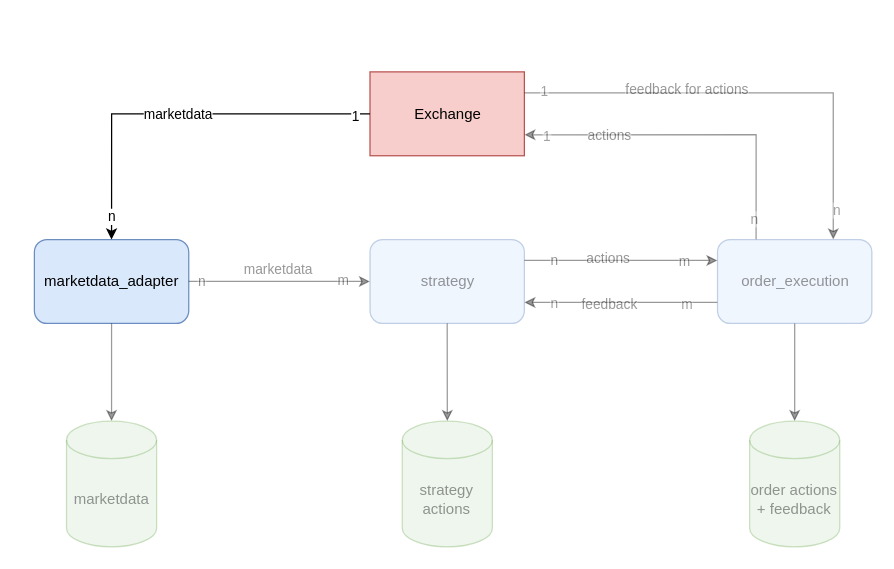
This is doc/presentation/drawio/high_level_architecture_marketdata.drawio from e-geist/ddtp, a draw.io file, before an edit. Source tidied: cells renumbered, new cells numbered last; positions are measured from the earlier drawing's top-left corner, leaving out a move shared by most shapes. Both pictures are drawn from the tidied source at 125%, with x=0, y=0 at pixel (34, 71). Pictures stored in the file or linked from it are replaced by grey dashed boxes.
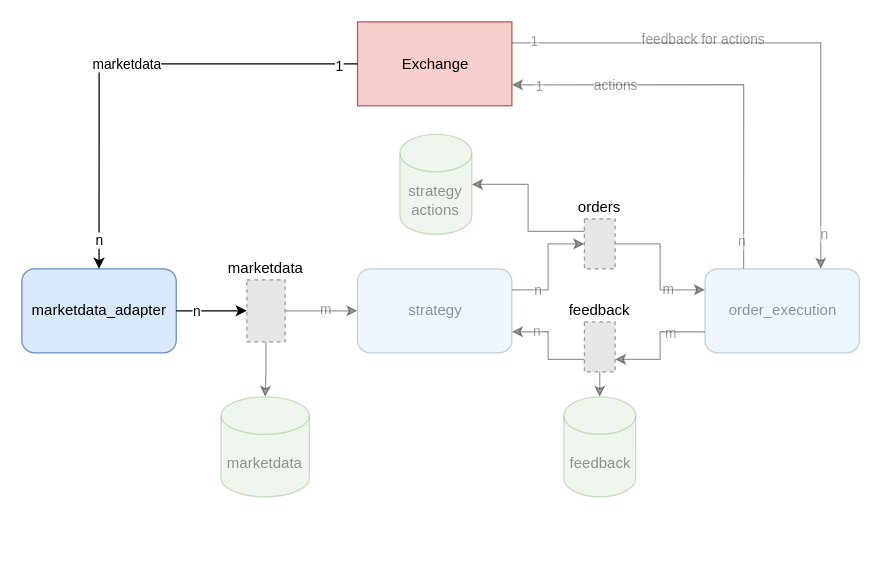
The same diagram, later.

Commit message (it also covers changes not shown here):
presentation: add chapter about writing strategies + change order of chapters

Diff of the diagram source:
```diff
@@
     <mxCell id="2" value="marketdata_adapter" style="rounded=1;whiteSpace=wrap;html=1;fillColor=#dae8fc;strokeColor=#6c8ebf;" parent="1" vertex="1">
-      <mxGeometry y="134.1" width="123.5" height="67.1" as="geometry" />
+      <mxGeometry x="-10" y="157.6" width="123.5" height="67.1" as="geometry" />
     </mxCell>
-    <mxCell id="3" style="edgeStyle=orthogonalEdgeStyle;rounded=0;jettySize=auto;html=1;exitX=1;exitY=0.5;exitDx=0;exitDy=0;entryX=0;entryY=0.5;entryDx=0;entryDy=0;fillOpacity=40;strokeOpacity=40;textOpacity=40;" parent="1" edge="1" source="2" target="12">
+    <mxCell id="3" style="edgeStyle=orthogonalEdgeStyle;rounded=0;jettySize=auto;html=1;exitX=1;exitY=0.5;exitDx=0;exitDy=0;entryX=0;entryY=0.5;entryDx=0;entryDy=0;" parent="1" edge="1" source="2" target="4">
       <mxGeometry relative="1" as="geometry" />
     </mxCell>
-    <mxCell id="4" value="marketdata" style="edgeLabel;html=1;align=center;verticalAlign=middle;points=[];fillOpacity=40;strokeOpacity=40;textOpacity=40;" parent="3" vertex="1">
-      <mxGeometry x="-0.23" y="-1" relative="1" as="geometry">
-        <mxPoint x="15" y="-11" as="offset" />
-      </mxGeometry>
-    </mxCell>
-    <mxCell id="5" value="n" style="edgeLabel;html=1;align=center;verticalAlign=middle;fillOpacity=40;strokeOpacity=40;textOpacity=40;" parent="3" vertex="1">
-      <mxGeometry x="-0.86" relative="1" as="geometry" />
+    <mxCell id="5" value="n" style="edgeLabel;html=1;align=center;verticalAlign=middle;" parent="3" vertex="1">
+      <mxGeometry x="-0.86" relative="1" as="geometry">
+        <mxPoint x="12" as="offset" />
+      </mxGeometry>
     </mxCell>
-    <mxCell id="6" value="m" style="edgeLabel;html=1;align=center;verticalAlign=middle;fillOpacity=40;strokeOpacity=40;textOpacity=40;" parent="3" vertex="1">
-      <mxGeometry x="0.69" y="1" relative="1" as="geometry" />
-    </mxCell>
-    <mxCell id="7" style="edgeStyle=orthogonalEdgeStyle;rounded=0;jettySize=auto;html=1;exitX=0.5;exitY=1;exitDx=0;exitDy=0;entryX=0.5;entryY=0;entryDx=0;entryDy=0;entryPerimeter=0;fillOpacity=40;strokeOpacity=40;textOpacity=40;" parent="1" edge="1" source="2" target="30">
+    <mxCell id="7" style="edgeStyle=orthogonalEdgeStyle;rounded=0;jettySize=auto;html=1;exitX=0.5;exitY=1;exitDx=0;exitDy=0;entryX=0.5;entryY=0;entryDx=0;entryDy=0;entryPerimeter=0;textOpacity=40;fillOpacity=40;strokeOpacity=40;" parent="1" edge="1" source="4" target="30">
       <mxGeometry relative="1" as="geometry" />
     </mxCell>
     <mxCell id="8" value="Exchange" style="rounded=0;whiteSpace=wrap;html=1;fillColor=#f8cecc;strokeColor=#b85450;" parent="1" vertex="1">
-      <mxGeometry x="268.5" width="123.5" height="67.1" as="geometry" />
+      <mxGeometry x="258.5" y="-40" width="123.5" height="67.1" as="geometry" />
     </mxCell>
@@
-    <mxCell id="12" value="strategy" style="rounded=1;whiteSpace=wrap;html=1;fillColor=#dae8fc;strokeColor=#6c8ebf;fillOpacity=40;strokeOpacity=40;textOpacity=40;" parent="1" vertex="1">
-      <mxGeometry x="268.5" y="134.1" width="123.5" height="67.1" as="geometry" />
+    <mxCell id="12" value="strategy" style="rounded=1;whiteSpace=wrap;html=1;fillColor=#dae8fc;strokeColor=#6c8ebf;textOpacity=40;fillOpacity=40;strokeOpacity=40;" parent="1" vertex="1">
+      <mxGeometry x="258.5" y="157.6" width="123.5" height="67.1" as="geometry" />
     </mxCell>
-    <mxCell id="13" style="edgeStyle=orthogonalEdgeStyle;rounded=0;jettySize=auto;html=1;exitX=0.25;exitY=0;exitDx=0;exitDy=0;entryX=1;entryY=0.75;entryDx=0;entryDy=0;startArrow=none;startFill=0;fillOpacity=40;strokeOpacity=40;textOpacity=40;" parent="1" edge="1" source="21" target="8">
+    <mxCell id="13" style="edgeStyle=orthogonalEdgeStyle;rounded=0;jettySize=auto;html=1;exitX=0.25;exitY=0;exitDx=0;exitDy=0;entryX=1;entryY=0.75;entryDx=0;entryDy=0;startArrow=none;startFill=0;textOpacity=40;fillOpacity=40;strokeOpacity=40;" parent="1" edge="1" source="21" target="8">
       <mxGeometry relative="1" as="geometry" />
     </mxCell>
-    <mxCell id="14" value="actions" style="edgeLabel;html=1;align=center;verticalAlign=middle;fillOpacity=40;strokeOpacity=40;textOpacity=40;" parent="13" vertex="1">
+    <mxCell id="14" value="actions" style="edgeLabel;html=1;align=center;verticalAlign=middle;textOpacity=40;fillOpacity=40;strokeOpacity=40;" parent="13" vertex="1">
       <mxGeometry x="0.5" relative="1" as="geometry" />
     </mxCell>
-    <mxCell id="15" value="1" style="edgeLabel;html=1;align=center;verticalAlign=middle;fontColor=#1A1A1A;fillOpacity=40;strokeOpacity=40;textOpacity=40;" parent="13" vertex="1">
+    <mxCell id="15" value="1" style="edgeLabel;html=1;align=center;verticalAlign=middle;fontColor=#1A1A1A;textOpacity=40;fillOpacity=40;strokeOpacity=40;" parent="13" vertex="1">
       <mxGeometry x="0.87" y="1" relative="1" as="geometry" />
     </mxCell>
-    <mxCell id="16" value="n" style="edgeLabel;html=1;align=center;verticalAlign=middle;fontColor=#1A1A1A;fillOpacity=40;strokeOpacity=40;textOpacity=40;" parent="13" vertex="1">
+    <mxCell id="16" value="n" style="edgeLabel;html=1;align=center;verticalAlign=middle;fontColor=#1A1A1A;textOpacity=40;fillOpacity=40;strokeOpacity=40;" parent="13" vertex="1">
       <mxGeometry x="-0.87" y="2" relative="1" as="geometry" />
     </mxCell>
-    <mxCell id="17" style="edgeStyle=orthogonalEdgeStyle;rounded=0;jettySize=auto;html=1;exitX=0;exitY=0.75;exitDx=0;exitDy=0;entryX=1;entryY=0.75;entryDx=0;entryDy=0;fillOpacity=40;strokeOpacity=40;textOpacity=40;" parent="1" edge="1" source="21" target="12">
+    <mxCell id="17" style="edgeStyle=orthogonalEdgeStyle;rounded=0;jettySize=auto;html=1;exitX=0;exitY=0.75;exitDx=0;exitDy=0;entryX=1;entryY=0.75;entryDx=0;entryDy=0;textOpacity=40;fillOpacity=40;strokeOpacity=40;" parent="1" edge="1" source="18" target="12">
       <mxGeometry relative="1" as="geometry" />
     </mxCell>
-    <mxCell id="18" value="feedback" style="edgeLabel;html=1;align=center;verticalAlign=middle;points=[];fillOpacity=40;strokeOpacity=40;textOpacity=40;" parent="17" vertex="1">
-      <mxGeometry x="0.13" y="1" relative="1" as="geometry" />
-    </mxCell>
-    <mxCell id="19" value="m" style="edgeLabel;html=1;align=center;verticalAlign=middle;fontColor=#1A1A1A;fillOpacity=40;strokeOpacity=40;textOpacity=40;" parent="17" vertex="1">
-      <mxGeometry x="-0.67" y="1" relative="1" as="geometry" />
-    </mxCell>
-    <mxCell id="20" value="n" style="edgeLabel;html=1;align=center;verticalAlign=middle;fontColor=#1A1A1A;fillOpacity=40;strokeOpacity=40;textOpacity=40;" parent="17" vertex="1">
-      <mxGeometry x="0.7" relative="1" as="geometry" />
+    <mxCell id="20" value="n" style="edgeLabel;html=1;align=center;verticalAlign=middle;fontColor=#1A1A1A;textOpacity=40;fillOpacity=40;strokeOpacity=40;" parent="17" vertex="1">
+      <mxGeometry x="0.7" relative="1" as="geometry">
+        <mxPoint x="7" as="offset" />
+      </mxGeometry>
     </mxCell>
-    <mxCell id="21" value="order_execution" style="rounded=1;whiteSpace=wrap;html=1;fillColor=#dae8fc;strokeColor=#6c8ebf;fillOpacity=40;strokeOpacity=40;textOpacity=40;" parent="1" vertex="1">
-      <mxGeometry x="546.5" y="134.1" width="123.5" height="67.1" as="geometry" />
+    <mxCell id="21" value="order_execution" style="rounded=1;whiteSpace=wrap;html=1;fillColor=#dae8fc;strokeColor=#6c8ebf;textOpacity=40;fillOpacity=40;strokeOpacity=40;" parent="1" vertex="1">
+      <mxGeometry x="536.5" y="157.6" width="123.5" height="67.1" as="geometry" />
     </mxCell>
-    <mxCell id="22" style="edgeStyle=orthogonalEdgeStyle;rounded=0;jettySize=auto;html=1;exitX=1;exitY=0.25;exitDx=0;exitDy=0;entryX=0.75;entryY=0;entryDx=0;entryDy=0;fillOpacity=40;strokeOpacity=40;textOpacity=40;" parent="1" edge="1" source="8" target="21">
+    <mxCell id="22" style="edgeStyle=orthogonalEdgeStyle;rounded=0;jettySize=auto;html=1;exitX=1;exitY=0.25;exitDx=0;exitDy=0;entryX=0.75;entryY=0;entryDx=0;entryDy=0;textOpacity=40;fillOpacity=40;strokeOpacity=40;" parent="1" edge="1" source="8" target="21">
       <mxGeometry relative="1" as="geometry" />
     </mxCell>
-    <mxCell id="23" value="feedback for actions" style="edgeLabel;html=1;align=center;verticalAlign=middle;fillOpacity=40;strokeOpacity=40;textOpacity=40;" parent="22" vertex="1">
+    <mxCell id="23" value="feedback for actions" style="edgeLabel;html=1;align=center;verticalAlign=middle;textOpacity=40;fillOpacity=40;strokeOpacity=40;" parent="22" vertex="1">
       <mxGeometry x="-0.29" y="3" relative="1" as="geometry" />
     </mxCell>
-    <mxCell id="24" value="1" style="edgeLabel;html=1;align=center;verticalAlign=middle;fontColor=#1A1A1A;fillOpacity=40;strokeOpacity=40;textOpacity=40;" parent="22" vertex="1">
+    <mxCell id="24" value="1" style="edgeLabel;html=1;align=center;verticalAlign=middle;fontColor=#1A1A1A;textOpacity=40;fillOpacity=40;strokeOpacity=40;" parent="22" vertex="1">
       <mxGeometry x="-0.92" y="1" relative="1" as="geometry" />
     </mxCell>
-    <mxCell id="25" value="n" style="edgeLabel;html=1;align=center;verticalAlign=middle;fontColor=#1A1A1A;fillOpacity=40;strokeOpacity=40;textOpacity=40;" parent="22" vertex="1">
+    <mxCell id="25" value="n" style="edgeLabel;html=1;align=center;verticalAlign=middle;fontColor=#1A1A1A;textOpacity=40;fillOpacity=40;strokeOpacity=40;" parent="22" vertex="1">
       <mxGeometry x="0.87" y="2" relative="1" as="geometry" />
     </mxCell>
-    <mxCell id="26" style="edgeStyle=orthogonalEdgeStyle;rounded=0;jettySize=auto;html=1;exitX=1;exitY=0.25;exitDx=0;exitDy=0;entryX=0;entryY=0.25;entryDx=0;entryDy=0;startArrow=none;startFill=0;fillOpacity=40;strokeOpacity=40;textOpacity=40;" parent="1" edge="1" source="12" target="21">
+    <mxCell id="26" style="edgeStyle=orthogonalEdgeStyle;rounded=0;jettySize=auto;html=1;exitX=1;exitY=0.5;exitDx=0;exitDy=0;entryX=0;entryY=0.25;entryDx=0;entryDy=0;startArrow=none;startFill=0;textOpacity=40;fillOpacity=40;strokeOpacity=40;" parent="1" edge="1" source="37" target="21">
       <mxGeometry relative="1" as="geometry" />
     </mxCell>
+    <mxCell id="28" value="m" style="edgeLabel;html=1;align=center;verticalAlign=middle;textOpacity=40;fillOpacity=40;strokeOpacity=40;" parent="26" vertex="1">
+      <mxGeometry x="0.71" y="-1" relative="1" as="geometry">
+        <mxPoint x="-14" y="-2" as="offset" />
+      </mxGeometry>
+    </mxCell>
+    <mxCell id="30" value="marketdata" style="shape=cylinder3;whiteSpace=wrap;html=1;boundedLbl=1;backgroundOutline=1;size=15;fillColor=#d5e8d4;strokeColor=#82b366;textOpacity=40;fillOpacity=40;strokeOpacity=40;" parent="1" vertex="1">
+      <mxGeometry x="149.3" y="260" width="70.7" height="80" as="geometry" />
+    </mxCell>
+    <mxCell id="33" value="feedback" style="shape=cylinder3;whiteSpace=wrap;html=1;boundedLbl=1;backgroundOutline=1;size=15;fillColor=#d5e8d4;strokeColor=#82b366;textOpacity=40;fillOpacity=40;strokeOpacity=40;" parent="1" vertex="1">
+      <mxGeometry x="423.5" y="260" width="57.6" height="80" as="geometry" />
+    </mxCell>
+    <mxCell id="35" style="edgeStyle=orthogonalEdgeStyle;rounded=0;jettySize=auto;html=1;exitX=1;exitY=0.5;exitDx=0;exitDy=0;entryX=0;entryY=0.5;entryDx=0;entryDy=0;textOpacity=40;fillOpacity=40;strokeOpacity=40;" parent="1" edge="1" source="4" target="12">
+      <mxGeometry relative="1" as="geometry" />
+    </mxCell>
+    <mxCell id="36" value="m" style="edgeLabel;html=1;align=center;verticalAlign=middle;textOpacity=40;fillOpacity=40;strokeOpacity=40;" parent="35" vertex="1">
+      <mxGeometry x="0.27" y="2" relative="1" as="geometry">
+        <mxPoint x="-5" as="offset" />
+      </mxGeometry>
+    </mxCell>
+    <mxCell id="4" value="marketdata" style="fillColor=#E6E6E6;strokeColor=#999999;dashed=1;verticalLabelPosition=top;labelBackgroundColor=default;verticalAlign=bottom;labelPosition=center;align=center;" parent="1" vertex="1">
+      <mxGeometry x="170" y="166.3" width="30.6" height="49.7" as="geometry" />
+    </mxCell>
+    <mxCell id="37" value="orders" style="fillColor=#E6E6E6;strokeColor=#999999;dashed=1;verticalLabelPosition=top;labelBackgroundColor=default;verticalAlign=bottom;labelPosition=center;align=center;" parent="1" vertex="1">
+      <mxGeometry x="440" y="117.6" width="24.6" height="40" as="geometry" />
+    </mxCell>
+    <mxCell id="38" style="edgeStyle=orthogonalEdgeStyle;rounded=0;jettySize=auto;html=1;exitX=1;exitY=0.25;exitDx=0;exitDy=0;entryX=0;entryY=0.5;entryDx=0;entryDy=0;startArrow=none;startFill=0;textOpacity=40;fillOpacity=40;strokeOpacity=40;" parent="1" edge="1" source="12" target="37">
+      <mxGeometry relative="1" as="geometry" />
+    </mxCell>
-    <mxCell id="27" value="n" style="edgeLabel;html=1;align=center;verticalAlign=middle;fillOpacity=40;strokeOpacity=40;textOpacity=40;" parent="26" vertex="1">
+    <mxCell id="27" value="n" style="edgeLabel;html=1;align=center;verticalAlign=middle;textOpacity=40;fillOpacity=40;strokeOpacity=40;" parent="38" vertex="1">
       <mxGeometry x="-0.7" y="-3" relative="1" as="geometry">
-        <mxPoint y="-3" as="offset" />
+        <mxPoint x="7" y="-3" as="offset" />
       </mxGeometry>
     </mxCell>
-    <mxCell id="28" value="m" style="edgeLabel;html=1;align=center;verticalAlign=middle;fillOpacity=40;strokeOpacity=40;textOpacity=40;" parent="26" vertex="1">
-      <mxGeometry x="0.71" y="-1" relative="1" as="geometry">
-        <mxPoint x="-5" as="offset" />
-      </mxGeometry>
-    </mxCell>
-    <mxCell id="29" value="actions" style="edgeLabel;html=1;align=center;verticalAlign=middle;fillOpacity=40;strokeOpacity=40;textOpacity=40;" parent="26" vertex="1">
-      <mxGeometry x="-0.15" y="2" relative="1" as="geometry" />
-    </mxCell>
-    <mxCell id="30" value="marketdata" style="shape=cylinder3;whiteSpace=wrap;html=1;boundedLbl=1;backgroundOutline=1;size=15;fillColor=#d5e8d4;strokeColor=#82b366;fillOpacity=40;strokeOpacity=40;textOpacity=40;" parent="1" vertex="1">
-      <mxGeometry x="25.7" y="279.4" width="72.1" height="100.6" as="geometry" />
-    </mxCell>
+    <mxCell id="39" style="edgeStyle=orthogonalEdgeStyle;rounded=0;jettySize=auto;html=1;exitX=0;exitY=0.75;exitDx=0;exitDy=0;entryX=1;entryY=0.75;entryDx=0;entryDy=0;textOpacity=40;fillOpacity=40;strokeOpacity=40;" parent="1" edge="1" source="21" target="18">
+      <mxGeometry relative="1" as="geometry" />
+    </mxCell>
+    <mxCell id="40" value="m" style="edgeLabel;html=1;align=center;verticalAlign=middle;fontColor=#1A1A1A;textOpacity=40;fillOpacity=40;strokeOpacity=40;" parent="39" vertex="1">
+      <mxGeometry x="-0.67" y="1" relative="1" as="geometry">
+        <mxPoint x="-12" as="offset" />
+      </mxGeometry>
+    </mxCell>
+    <mxCell id="18" value="feedback" style="fillColor=#E6E6E6;strokeColor=#999999;dashed=1;verticalLabelPosition=top;labelBackgroundColor=default;verticalAlign=bottom;labelPosition=center;align=center;" parent="1" vertex="1">
+      <mxGeometry x="440" y="200" width="24.6" height="40" as="geometry" />
+    </mxCell>
-    <mxCell id="31" value="strategy actions" style="shape=cylinder3;whiteSpace=wrap;html=1;boundedLbl=1;backgroundOutline=1;size=15;fillColor=#d5e8d4;strokeColor=#82b366;fillOpacity=40;strokeOpacity=40;textOpacity=40;" parent="1" vertex="1">
-      <mxGeometry x="294.3" y="279.4" width="72.1" height="100.6" as="geometry" />
+    <mxCell id="31" value="strategy actions" style="shape=cylinder3;whiteSpace=wrap;html=1;boundedLbl=1;backgroundOutline=1;size=15;fillColor=#d5e8d4;strokeColor=#82b366;textOpacity=40;fillOpacity=40;strokeOpacity=40;" parent="1" vertex="1">
+      <mxGeometry x="292.4" y="50" width="57.6" height="80" as="geometry" />
     </mxCell>
-    <mxCell id="32" style="edgeStyle=orthogonalEdgeStyle;rounded=0;jettySize=auto;html=1;exitX=0.5;exitY=1;exitDx=0;exitDy=0;entryX=0.5;entryY=0;entryDx=0;entryDy=0;entryPerimeter=0;fillOpacity=40;strokeOpacity=40;textOpacity=40;" parent="1" edge="1" source="12" target="31">
-      <mxGeometry relative="1" as="geometry" />
-    </mxCell>
-    <mxCell id="33" value="order actions + feedback" style="shape=cylinder3;whiteSpace=wrap;html=1;boundedLbl=1;backgroundOutline=1;size=15;fillColor=#d5e8d4;strokeColor=#82b366;fillOpacity=40;strokeOpacity=40;textOpacity=40;" parent="1" vertex="1">
-      <mxGeometry x="572.2" y="279.4" width="72.1" height="100.6" as="geometry" />
-    </mxCell>
-    <mxCell id="34" style="edgeStyle=orthogonalEdgeStyle;rounded=0;jettySize=auto;html=1;exitX=0.5;exitY=1;exitDx=0;exitDy=0;entryX=0.5;entryY=0;entryDx=0;entryDy=0;entryPerimeter=0;fillOpacity=40;strokeOpacity=40;textOpacity=40;" parent="1" edge="1" source="21" target="33">
-      <mxGeometry relative="1" as="geometry" />
-    </mxCell>
+    <mxCell id="41" style="edgeStyle=orthogonalEdgeStyle;rounded=0;jettySize=auto;html=1;exitX=0;exitY=0.25;exitDx=0;exitDy=0;entryX=1;entryY=0.5;entryDx=0;entryDy=0;entryPerimeter=0;textOpacity=40;fillOpacity=40;strokeOpacity=40;" parent="1" edge="1" source="37" target="31">
+      <mxGeometry relative="1" as="geometry" />
+    </mxCell>
+    <mxCell id="42" style="edgeStyle=orthogonalEdgeStyle;rounded=0;jettySize=auto;html=1;exitX=0.5;exitY=1;exitDx=0;exitDy=0;entryX=0.5;entryY=0;entryDx=0;entryDy=0;entryPerimeter=0;textOpacity=40;fillOpacity=40;strokeOpacity=40;" parent="1" edge="1" source="18" target="33">
+      <mxGeometry relative="1" as="geometry" />
+    </mxCell>
```
